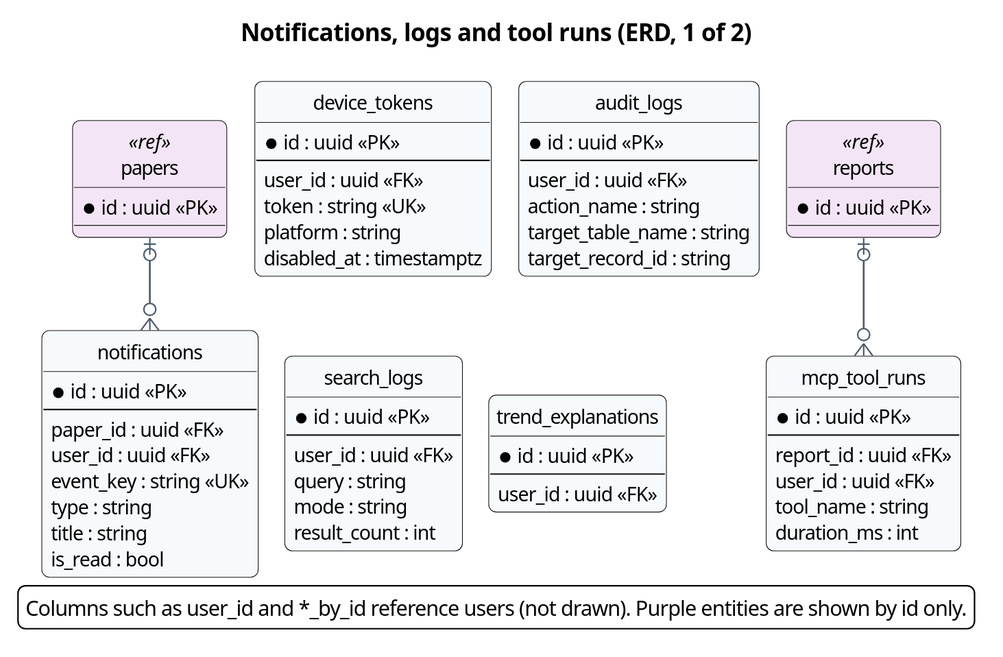
Earlier version of the PlantUML export docs/diagrams/report4/R4_ERD_operations_a.svg (Khoa-Hoa-Technology-Solution-Company/lumi-gap).
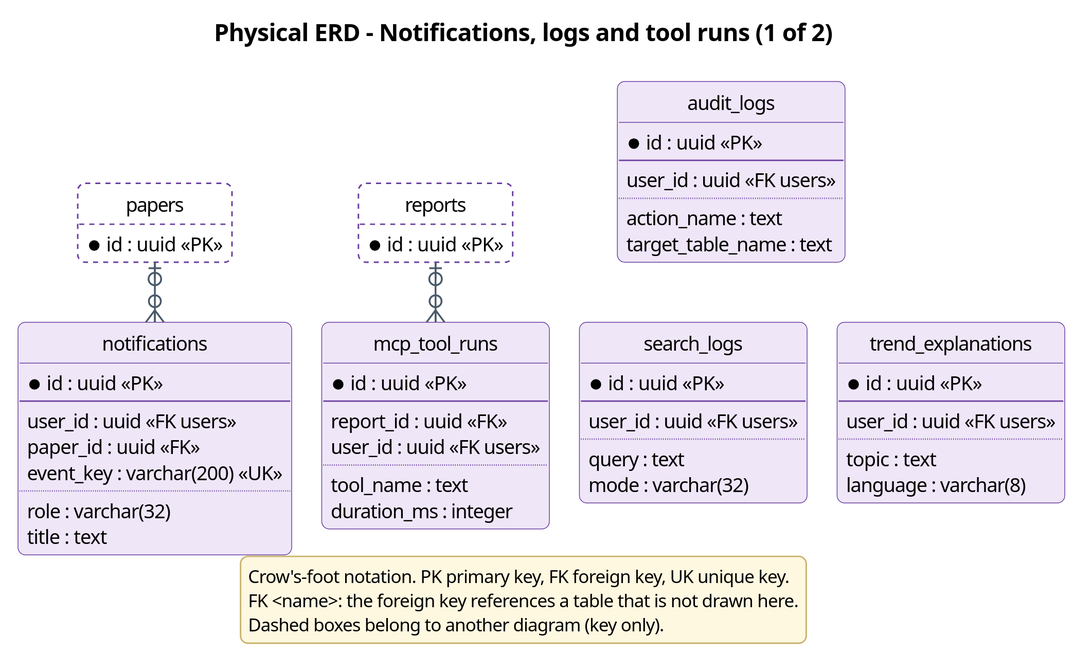
Above is the later version.

What changed in the source:
```diff
@@ -1,83 +1,84 @@
 @startuml
-!pragma layout smetana
-skinparam dpi 150
+!pragma layout elk
+skinparam dpi 200
 skinparam defaultFontName "Segoe UI"
 skinparam defaultFontSize 13
 skinparam shadowing false
 skinparam roundCorner 10
+skinparam backgroundColor #FFFFFF
 skinparam ArrowColor #4A5A6A
 skinparam ArrowThickness 1.2
-skinparam BorderColor #2F6DB5
-skinparam BackgroundColor #FFFFFF
+skinparam ArrowFontSize 12
+skinparam ArrowFontColor #4A5A6A
 skinparam TitleFontSize 16
 skinparam TitleFontStyle bold
 skinparam entity {
-  BackgroundColor #F7FAFD
-  BorderColor #2F6DB5
+  BackgroundColor #EFE6F8
+  BorderColor #6A3FA0
 }
-skinparam entity<<ref>> {
-  BackgroundColor #F3E5F5
-  BorderColor #7B1FA2
+skinparam legend {
+  BackgroundColor #FFF8E1
+  BorderColor #C9B36B
+  FontSize 12
 }
-skinparam linetype ortho
+skinparam stereotypeFontSize 10
 hide circle
-title Notifications, logs and tool runs (ERD, 1 of 2)
-entity notifications #F7FAFD {
+hide empty methods
+title Physical ERD - Notifications, logs and tool runs (1 of 2)
+entity notifications #EFE6F8;line:6A3FA0 {
   * id : uuid <<PK>>
   --
+  user_id : uuid <<FK users>>
   paper_id : uuid <<FK>>
-  user_id : uuid <<FK>>
-  event_key : string <<UK>>
-  type : string
-  title : string
-  is_read : bool
+  event_key : varchar(200) <<UK>>
+  ..
+  role : varchar(32)
+  title : text
 }
-entity device_tokens #F7FAFD {
+entity audit_logs #EFE6F8;line:6A3FA0 {
   * id : uuid <<PK>>
   --
-  user_id : uuid <<FK>>
-  token : string <<UK>>
-  platform : string
-  disabled_at : timestamptz
+  user_id : uuid <<FK users>>
+  ..
+  action_name : text
+  target_table_name : text
 }
-entity audit_logs #F7FAFD {
+entity search_logs #EFE6F8;line:6A3FA0 {
   * id : uuid <<PK>>
   --
-  user_id : uuid <<FK>>
-  action_name : string
-  target_table_name : string
-  target_record_id : string
+  user_id : uuid <<FK users>>
+  ..
+  query : text
+  mode : varchar(32)
 }
-entity search_logs #F7FAFD {
-  * id : uuid <<PK>>
-  --
-  user_id : uuid <<FK>>
-  query : string
-  mode : string
-  result_count : int
-}
-entity mcp_tool_runs #F7FAFD {
+entity mcp_tool_runs #EFE6F8;line:6A3FA0 {
   * id : uuid <<PK>>
   --
   report_id : uuid <<FK>>
-  user_id : uuid <<FK>>
-  tool_name : string
-  duration_ms : int
+  user_id : uuid <<FK users>>
+  ..
+  tool_name : text
+  duration_ms : integer
 }
-entity trend_explanations #F7FAFD {
+entity trend_explanations #EFE6F8;line:6A3FA0 {
   * id : uuid <<PK>>
   --
-  user_id : uuid <<FK>>
+  user_id : uuid <<FK users>>
+  ..
+  topic : text
+  language : varchar(8)
 }
-entity papers <<ref>> #F3E5F5 {
+entity papers #FFFFFF;line:6A3FA0;line.dashed {
   * id : uuid <<PK>>
 }
-entity reports <<ref>> #F3E5F5 {
+entity reports #FFFFFF;line:6A3FA0;line.dashed {
   * id : uuid <<PK>>
 }
 papers |o--o{ notifications
 reports |o--o{ mcp_tool_runs
 legend bottom
-Columns such as user_id and *_by_id reference users (not drawn). Purple entities are shown by id only.
+Crow's-foot notation. PK primary key, FK foreign key, UK unique key.
+FK <name>: the foreign key references a table that is not drawn here.
+Dashed boxes belong to another diagram (key only).
 endlegend
 @enduml
```
